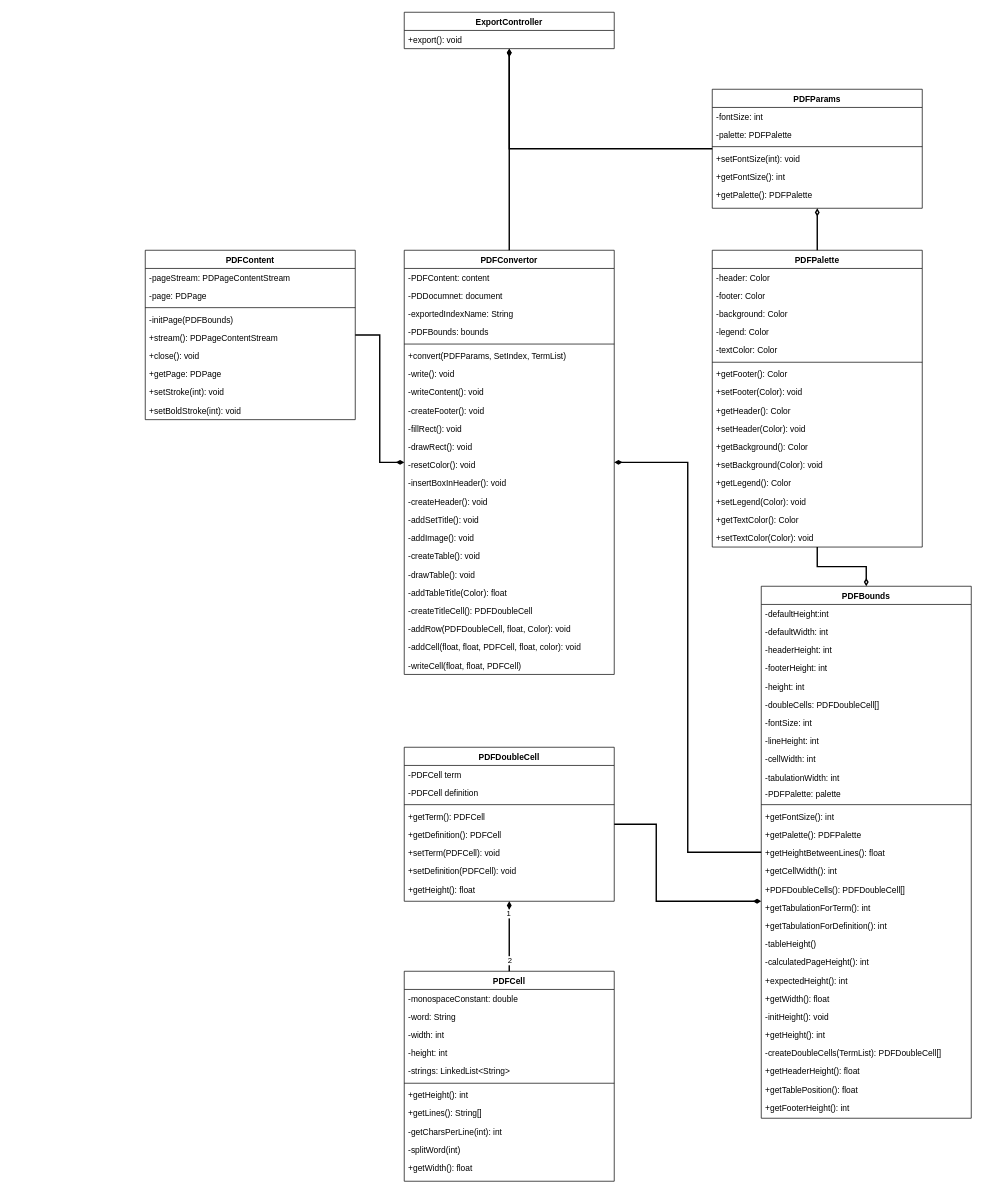
Before: page "PDFExport" (3 of 4) of Uml/ClassDiagram.drawio in MouseCreator/Labs2course-UML1a, a draw.io diagram. Source tidied: cells renumbered, new cells numbered last; positions are measured from the earlier drawing's top-left corner, leaving out a move shared by most shapes. Both pictures are drawn from the tidied source at 70%, with x=0, y=0 at pixel (145, 12).
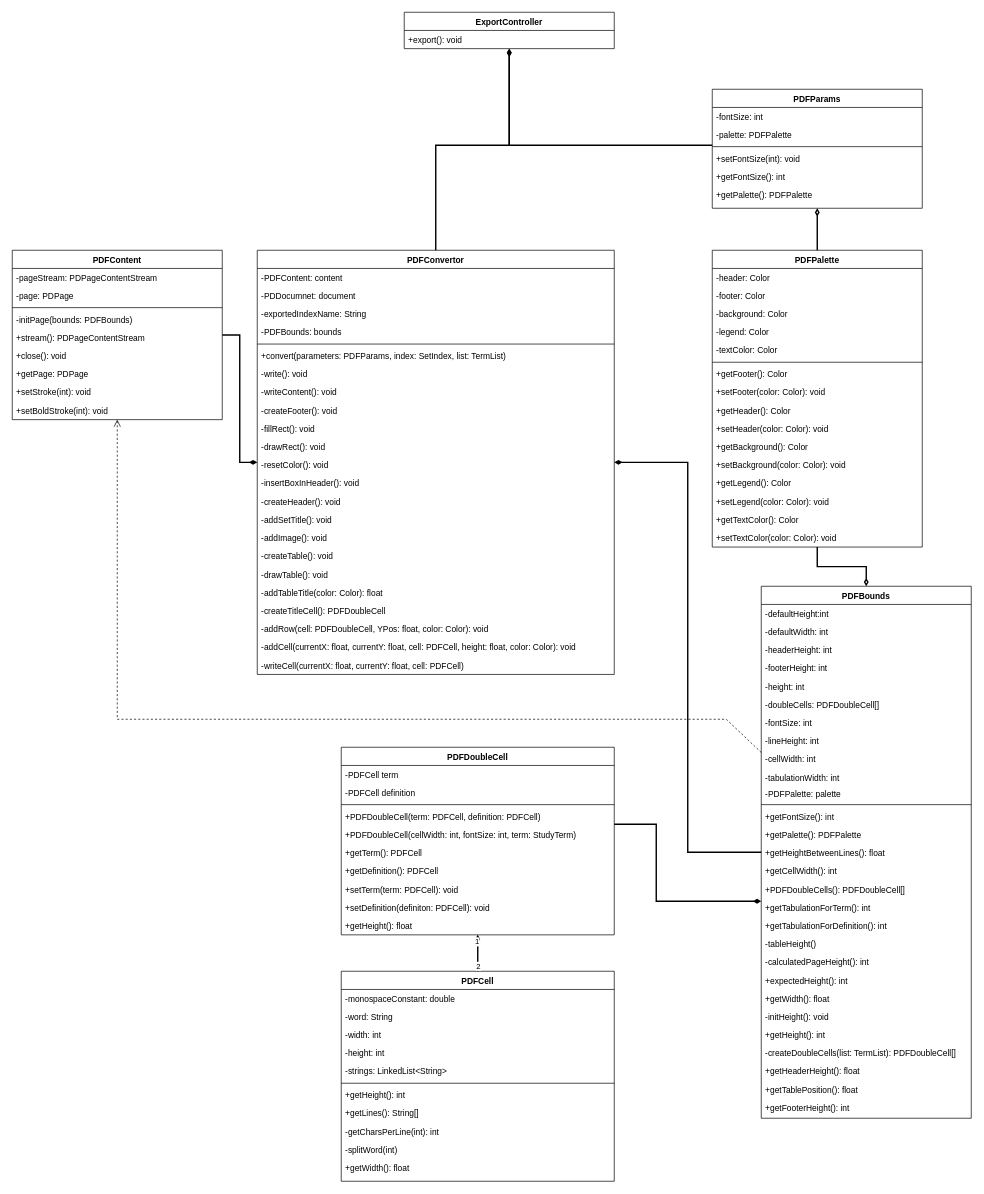
After the change.

Unchanged cells that the change refers to:
```xml
<mxCell id="26" value="ExportController" style="swimlane;fontStyle=1;align=center;verticalAlign=top;horizontal=1;startSize=26;rounded=0;shadow=0;strokeWidth=1;" parent="1" vertex="1">
  <mxGeometry x="370" width="300" height="52" as="geometry" />
</mxCell>
<mxCell id="63" value="PDFParams" style="swimlane;fontStyle=1;align=center;verticalAlign=top;horizontal=1;startSize=26;rounded=0;shadow=0;strokeWidth=1;" parent="1" vertex="1">
  <mxGeometry x="810" y="110" width="300" height="170" as="geometry" />
</mxCell>
<mxCell id="70" value="PDFPalette" style="swimlane;fontStyle=1;align=center;verticalAlign=top;horizontal=1;startSize=26;rounded=0;shadow=0;strokeWidth=1;" parent="1" vertex="1">
  <mxGeometry x="810" y="340" width="300" height="424" as="geometry" />
</mxCell>
<mxCell id="87" value="PDFBounds" style="swimlane;fontStyle=1;align=center;verticalAlign=top;horizontal=1;startSize=26;rounded=0;shadow=0;strokeWidth=1;" parent="1" vertex="1">
  <mxGeometry x="880" y="820" width="300" height="760" as="geometry" />
</mxCell>
```

What changed in the source:
```diff
@@
     <mxCell id="2" value="PDFConvertor" style="swimlane;fontStyle=1;align=center;verticalAlign=top;horizontal=1;startSize=26;rounded=0;shadow=0;strokeWidth=1;" parent="1" vertex="1">
-      <mxGeometry x="370" y="340" width="300" height="606" as="geometry" />
+      <mxGeometry x="160" y="340" width="510" height="606" as="geometry" />
     </mxCell>
     <mxCell id="3" value="-PDFContent: content" style="text;align=left;verticalAlign=top;spacingLeft=4;spacingRight=4;overflow=hidden;rounded=0;shadow=0;html=0;" parent="2" vertex="1">
-      <mxGeometry y="26" width="300" height="26" as="geometry" />
+      <mxGeometry y="26" width="510" height="26" as="geometry" />
     </mxCell>
     <mxCell id="4" value="-PDDocumnet: document" style="text;align=left;verticalAlign=top;spacingLeft=4;spacingRight=4;overflow=hidden;rounded=0;shadow=0;html=0;" parent="2" vertex="1">
-      <mxGeometry y="52" width="300" height="26" as="geometry" />
+      <mxGeometry y="52" width="510" height="26" as="geometry" />
     </mxCell>
     <mxCell id="5" value="-exportedIndexName: String" style="text;align=left;verticalAlign=top;spacingLeft=4;spacingRight=4;overflow=hidden;rounded=0;shadow=0;html=0;" parent="2" vertex="1">
-      <mxGeometry y="78" width="300" height="26" as="geometry" />
+      <mxGeometry y="78" width="510" height="26" as="geometry" />
     </mxCell>
     <mxCell id="6" value="-PDFBounds: bounds" style="text;align=left;verticalAlign=top;spacingLeft=4;spacingRight=4;overflow=hidden;rounded=0;shadow=0;html=0;" parent="2" vertex="1">
-      <mxGeometry y="104" width="300" height="26" as="geometry" />
+      <mxGeometry y="104" width="510" height="26" as="geometry" />
     </mxCell>
     <mxCell id="7" style="line;html=1;strokeWidth=1;align=left;verticalAlign=middle;spacingTop=-1;spacingLeft=3;spacingRight=3;labelPosition=right;" parent="2" vertex="1">
-      <mxGeometry y="130" width="300" height="8" as="geometry" />
+      <mxGeometry y="130" width="510" height="8" as="geometry" />
     </mxCell>
-    <mxCell id="8" value="+convert(PDFParams, SetIndex, TermList)" style="text;align=left;verticalAlign=top;spacingLeft=4;spacingRight=4;overflow=hidden;" parent="2" vertex="1">
-      <mxGeometry y="138" width="300" height="26" as="geometry" />
+    <mxCell id="8" value="+convert(parameters: PDFParams, index: SetIndex, list: TermList)" style="text;align=left;verticalAlign=top;spacingLeft=4;spacingRight=4;overflow=hidden;" parent="2" vertex="1">
+      <mxGeometry y="138" width="510" height="26" as="geometry" />
     </mxCell>
     <mxCell id="9" value="-write(): void" style="text;align=left;verticalAlign=top;spacingLeft=4;spacingRight=4;overflow=hidden;" parent="2" vertex="1">
-      <mxGeometry y="164" width="300" height="26" as="geometry" />
+      <mxGeometry y="164" width="510" height="26" as="geometry" />
     </mxCell>
     <mxCell id="10" value="-writeContent(): void" style="text;align=left;verticalAlign=top;spacingLeft=4;spacingRight=4;overflow=hidden;" parent="2" vertex="1">
-      <mxGeometry y="190" width="300" height="26" as="geometry" />
+      <mxGeometry y="190" width="510" height="26" as="geometry" />
     </mxCell>
     <mxCell id="11" value="-createFooter(): void" style="text;align=left;verticalAlign=top;spacingLeft=4;spacingRight=4;overflow=hidden;" parent="2" vertex="1">
-      <mxGeometry y="216" width="300" height="26" as="geometry" />
+      <mxGeometry y="216" width="510" height="26" as="geometry" />
     </mxCell>
     <mxCell id="12" value="-fillRect(): void" style="text;align=left;verticalAlign=top;spacingLeft=4;spacingRight=4;overflow=hidden;" parent="2" vertex="1">
-      <mxGeometry y="242" width="300" height="26" as="geometry" />
+      <mxGeometry y="242" width="510" height="26" as="geometry" />
     </mxCell>
     <mxCell id="13" value="-drawRect(): void" style="text;align=left;verticalAlign=top;spacingLeft=4;spacingRight=4;overflow=hidden;" parent="2" vertex="1">
-      <mxGeometry y="268" width="300" height="26" as="geometry" />
+      <mxGeometry y="268" width="510" height="26" as="geometry" />
     </mxCell>
     <mxCell id="14" value="-resetColor(): void" style="text;align=left;verticalAlign=top;spacingLeft=4;spacingRight=4;overflow=hidden;" parent="2" vertex="1">
-      <mxGeometry y="294" width="300" height="26" as="geometry" />
+      <mxGeometry y="294" width="510" height="26" as="geometry" />
     </mxCell>
     <mxCell id="15" value="-insertBoxInHeader(): void" style="text;align=left;verticalAlign=top;spacingLeft=4;spacingRight=4;overflow=hidden;" parent="2" vertex="1">
-      <mxGeometry y="320" width="300" height="26" as="geometry" />
+      <mxGeometry y="320" width="510" height="26" as="geometry" />
     </mxCell>
     <mxCell id="16" value="-createHeader(): void" style="text;align=left;verticalAlign=top;spacingLeft=4;spacingRight=4;overflow=hidden;" parent="2" vertex="1">
-      <mxGeometry y="346" width="300" height="26" as="geometry" />
+      <mxGeometry y="346" width="510" height="26" as="geometry" />
     </mxCell>
     <mxCell id="17" value="-addSetTitle(): void" style="text;align=left;verticalAlign=top;spacingLeft=4;spacingRight=4;overflow=hidden;" parent="2" vertex="1">
-      <mxGeometry y="372" width="300" height="26" as="geometry" />
+      <mxGeometry y="372" width="510" height="26" as="geometry" />
     </mxCell>
     <mxCell id="18" value="-addImage(): void" style="text;align=left;verticalAlign=top;spacingLeft=4;spacingRight=4;overflow=hidden;" parent="2" vertex="1">
-      <mxGeometry y="398" width="300" height="26" as="geometry" />
+      <mxGeometry y="398" width="510" height="26" as="geometry" />
     </mxCell>
     <mxCell id="19" value="-createTable(): void" style="text;align=left;verticalAlign=top;spacingLeft=4;spacingRight=4;overflow=hidden;" parent="2" vertex="1">
-      <mxGeometry y="424" width="300" height="26" as="geometry" />
+      <mxGeometry y="424" width="510" height="26" as="geometry" />
     </mxCell>
     <mxCell id="20" value="-drawTable(): void" style="text;align=left;verticalAlign=top;spacingLeft=4;spacingRight=4;overflow=hidden;" parent="2" vertex="1">
-      <mxGeometry y="450" width="300" height="26" as="geometry" />
+      <mxGeometry y="450" width="510" height="26" as="geometry" />
     </mxCell>
-    <mxCell id="21" value="-addTableTitle(Color): float" style="text;align=left;verticalAlign=top;spacingLeft=4;spacingRight=4;overflow=hidden;" parent="2" vertex="1">
-      <mxGeometry y="476" width="300" height="26" as="geometry" />
+    <mxCell id="21" value="-addTableTitle(color: Color): float" style="text;align=left;verticalAlign=top;spacingLeft=4;spacingRight=4;overflow=hidden;" parent="2" vertex="1">
+      <mxGeometry y="476" width="510" height="26" as="geometry" />
     </mxCell>
     <mxCell id="22" value="-createTitleCell(): PDFDoubleCell" style="text;align=left;verticalAlign=top;spacingLeft=4;spacingRight=4;overflow=hidden;" parent="2" vertex="1">
-      <mxGeometry y="502" width="300" height="26" as="geometry" />
+      <mxGeometry y="502" width="510" height="26" as="geometry" />
     </mxCell>
-    <mxCell id="23" value="-addRow(PDFDoubleCell, float, Color): void" style="text;align=left;verticalAlign=top;spacingLeft=4;spacingRight=4;overflow=hidden;" parent="2" vertex="1">
-      <mxGeometry y="528" width="300" height="26" as="geometry" />
+    <mxCell id="23" value="-addRow(cell: PDFDoubleCell, YPos: float, color: Color): void" style="text;align=left;verticalAlign=top;spacingLeft=4;spacingRight=4;overflow=hidden;" parent="2" vertex="1">
+      <mxGeometry y="528" width="510" height="26" as="geometry" />
     </mxCell>
-    <mxCell id="24" value="-addCell(float, float, PDFCell, float, color): void" style="text;align=left;verticalAlign=top;spacingLeft=4;spacingRight=4;overflow=hidden;" parent="2" vertex="1">
-      <mxGeometry y="554" width="300" height="26" as="geometry" />
+    <mxCell id="24" value="-addCell(currentX: float, currentY: float, cell: PDFCell, height: float, color: Color): void" style="text;align=left;verticalAlign=top;spacingLeft=4;spacingRight=4;overflow=hidden;" parent="2" vertex="1">
+      <mxGeometry y="554" width="510" height="26" as="geometry" />
     </mxCell>
-    <mxCell id="25" value="-writeCell(float, float, PDFCell)" style="text;align=left;verticalAlign=top;spacingLeft=4;spacingRight=4;overflow=hidden;" parent="2" vertex="1">
-      <mxGeometry y="580" width="300" height="26" as="geometry" />
+    <mxCell id="25" value="-writeCell(currentX: float, сurrentY: float, cell: PDFCell)" style="text;align=left;verticalAlign=top;spacingLeft=4;spacingRight=4;overflow=hidden;" parent="2" vertex="1">
+      <mxGeometry y="580" width="510" height="26" as="geometry" />
     </mxCell>
@@
     <mxCell id="28" value="PDFContent" style="swimlane;fontStyle=1;align=center;verticalAlign=top;horizontal=1;startSize=26;rounded=0;shadow=0;strokeWidth=1;" parent="1" vertex="1">
-      <mxGeometry y="340" width="300" height="242" as="geometry" />
+      <mxGeometry x="-190" y="340" width="300" height="242" as="geometry" />
     </mxCell>
@@
-    <mxCell id="32" value="-initPage(PDFBounds)" style="text;align=left;verticalAlign=top;spacingLeft=4;spacingRight=4;overflow=hidden;" parent="28" vertex="1">
+    <mxCell id="32" value="-initPage(bounds: PDFBounds)" style="text;align=left;verticalAlign=top;spacingLeft=4;spacingRight=4;overflow=hidden;" parent="28" vertex="1">
       <mxGeometry y="86" width="300" height="26" as="geometry" />
     </mxCell>
@@
     <mxCell id="38" value="PDFCell" style="swimlane;fontStyle=1;align=center;verticalAlign=top;horizontal=1;startSize=26;rounded=0;shadow=0;strokeWidth=1;" parent="1" vertex="1">
-      <mxGeometry x="370" y="1370" width="300" height="300" as="geometry" />
+      <mxGeometry x="280" y="1370" width="390" height="300" as="geometry" />
     </mxCell>
     <mxCell id="39" value="-monospaceConstant: double" style="text;align=left;verticalAlign=top;spacingLeft=4;spacingRight=4;overflow=hidden;rounded=0;shadow=0;html=0;" parent="38" vertex="1">
-      <mxGeometry y="26" width="300" height="26" as="geometry" />
+      <mxGeometry y="26" width="390" height="26" as="geometry" />
     </mxCell>
     <mxCell id="40" value="-word: String" style="text;align=left;verticalAlign=top;spacingLeft=4;spacingRight=4;overflow=hidden;rounded=0;shadow=0;html=0;" parent="38" vertex="1">
-      <mxGeometry y="52" width="300" height="26" as="geometry" />
+      <mxGeometry y="52" width="390" height="26" as="geometry" />
     </mxCell>
     <mxCell id="41" value="-width: int" style="text;align=left;verticalAlign=top;spacingLeft=4;spacingRight=4;overflow=hidden;rounded=0;shadow=0;html=0;" parent="38" vertex="1">
-      <mxGeometry y="78" width="300" height="26" as="geometry" />
+      <mxGeometry y="78" width="390" height="26" as="geometry" />
     </mxCell>
     <mxCell id="42" value="-height: int" style="text;align=left;verticalAlign=top;spacingLeft=4;spacingRight=4;overflow=hidden;rounded=0;shadow=0;html=0;" parent="38" vertex="1">
-      <mxGeometry y="104" width="300" height="26" as="geometry" />
+      <mxGeometry y="104" width="390" height="26" as="geometry" />
     </mxCell>
     <mxCell id="43" value="-strings: LinkedList&lt;String&gt;" style="text;align=left;verticalAlign=top;spacingLeft=4;spacingRight=4;overflow=hidden;rounded=0;shadow=0;html=0;" parent="38" vertex="1">
-      <mxGeometry y="130" width="300" height="26" as="geometry" />
+      <mxGeometry y="130" width="390" height="26" as="geometry" />
     </mxCell>
     <mxCell id="44" style="line;html=1;strokeWidth=1;align=left;verticalAlign=middle;spacingTop=-1;spacingLeft=3;spacingRight=3;labelPosition=right;" parent="38" vertex="1">
-      <mxGeometry y="156" width="300" height="8" as="geometry" />
+      <mxGeometry y="156" width="390" height="8" as="geometry" />
     </mxCell>
     <mxCell id="45" value="+getHeight(): int" style="text;align=left;verticalAlign=top;spacingLeft=4;spacingRight=4;overflow=hidden;" parent="38" vertex="1">
-      <mxGeometry y="164" width="300" height="26" as="geometry" />
+      <mxGeometry y="164" width="390" height="26" as="geometry" />
     </mxCell>
     <mxCell id="46" value="+getLines(): String[]" style="text;align=left;verticalAlign=top;spacingLeft=4;spacingRight=4;overflow=hidden;" parent="38" vertex="1">
-      <mxGeometry y="190" width="300" height="26" as="geometry" />
+      <mxGeometry y="190" width="390" height="26" as="geometry" />
     </mxCell>
     <mxCell id="47" value="-getCharsPerLine(int): int" style="text;align=left;verticalAlign=top;spacingLeft=4;spacingRight=4;overflow=hidden;" parent="38" vertex="1">
-      <mxGeometry y="216" width="300" height="26" as="geometry" />
+      <mxGeometry y="216" width="390" height="26" as="geometry" />
     </mxCell>
     <mxCell id="48" value="-splitWord(int)" style="text;align=left;verticalAlign=top;spacingLeft=4;spacingRight=4;overflow=hidden;" parent="38" vertex="1">
-      <mxGeometry y="242" width="300" height="26" as="geometry" />
+      <mxGeometry y="242" width="390" height="26" as="geometry" />
     </mxCell>
     <mxCell id="49" value="+getWidth(): float" style="text;align=left;verticalAlign=top;spacingLeft=4;spacingRight=4;overflow=hidden;" parent="38" vertex="1">
-      <mxGeometry y="268" width="300" height="26" as="geometry" />
+      <mxGeometry y="268" width="390" height="26" as="geometry" />
     </mxCell>
@@
     <mxCell id="53" value="PDFDoubleCell" style="swimlane;fontStyle=1;align=center;verticalAlign=top;horizontal=1;startSize=26;rounded=0;shadow=0;strokeWidth=1;" parent="1" vertex="1">
-      <mxGeometry x="370" y="1050" width="300" height="220" as="geometry" />
+      <mxGeometry x="280" y="1050" width="390" height="268" as="geometry" />
     </mxCell>
     <mxCell id="54" value="-PDFCell term" style="text;align=left;verticalAlign=top;spacingLeft=4;spacingRight=4;overflow=hidden;rounded=0;shadow=0;html=0;" parent="53" vertex="1">
-      <mxGeometry y="26" width="300" height="26" as="geometry" />
+      <mxGeometry y="26" width="390" height="26" as="geometry" />
     </mxCell>
     <mxCell id="55" value="-PDFCell definition" style="text;align=left;verticalAlign=top;spacingLeft=4;spacingRight=4;overflow=hidden;rounded=0;shadow=0;html=0;" parent="53" vertex="1">
-      <mxGeometry y="52" width="300" height="26" as="geometry" />
+      <mxGeometry y="52" width="390" height="26" as="geometry" />
     </mxCell>
     <mxCell id="56" style="line;html=1;strokeWidth=1;align=left;verticalAlign=middle;spacingTop=-1;spacingLeft=3;spacingRight=3;labelPosition=right;" parent="53" vertex="1">
-      <mxGeometry y="78" width="300" height="8" as="geometry" />
+      <mxGeometry y="78" width="390" height="8" as="geometry" />
     </mxCell>
-    <mxCell id="57" value="+getTerm(): PDFCell" style="text;align=left;verticalAlign=top;spacingLeft=4;spacingRight=4;overflow=hidden;" parent="53" vertex="1">
-      <mxGeometry y="86" width="300" height="26" as="geometry" />
+    <mxCell id="57" value="+PDFDoubleCell(term: PDFCell, definition: PDFCell)" style="text;align=left;verticalAlign=top;spacingLeft=4;spacingRight=4;overflow=hidden;" parent="53" vertex="1">
+      <mxGeometry y="86" width="390" height="26" as="geometry" />
     </mxCell>
+    <mxCell id="123" value="+PDFDoubleCell(cellWidth: int, fontSize: int, term: StudyTerm)" style="text;align=left;verticalAlign=top;spacingLeft=4;spacingRight=4;overflow=hidden;" parent="53" vertex="1">
+      <mxGeometry y="112" width="390" height="26" as="geometry" />
+    </mxCell>
+    <mxCell id="124" value="+getTerm(): PDFCell" style="text;align=left;verticalAlign=top;spacingLeft=4;spacingRight=4;overflow=hidden;" parent="53" vertex="1">
+      <mxGeometry y="138" width="390" height="26" as="geometry" />
+    </mxCell>
     <mxCell id="58" value="+getDefinition(): PDFCell" style="text;align=left;verticalAlign=top;spacingLeft=4;spacingRight=4;overflow=hidden;" parent="53" vertex="1">
-      <mxGeometry y="112" width="300" height="26" as="geometry" />
+      <mxGeometry y="164" width="390" height="26" as="geometry" />
     </mxCell>
-    <mxCell id="59" value="+setTerm(PDFCell): void" style="text;align=left;verticalAlign=top;spacingLeft=4;spacingRight=4;overflow=hidden;" parent="53" vertex="1">
-      <mxGeometry y="138" width="300" height="26" as="geometry" />
+    <mxCell id="59" value="+setTerm(term: PDFCell): void" style="text;align=left;verticalAlign=top;spacingLeft=4;spacingRight=4;overflow=hidden;" parent="53" vertex="1">
+      <mxGeometry y="190" width="390" height="26" as="geometry" />
     </mxCell>
-    <mxCell id="60" value="+setDefinition(PDFCell): void" style="text;align=left;verticalAlign=top;spacingLeft=4;spacingRight=4;overflow=hidden;" parent="53" vertex="1">
-      <mxGeometry y="164" width="300" height="26" as="geometry" />
+    <mxCell id="60" value="+setDefinition(definiton: PDFCell): void" style="text;align=left;verticalAlign=top;spacingLeft=4;spacingRight=4;overflow=hidden;" parent="53" vertex="1">
+      <mxGeometry y="216" width="390" height="26" as="geometry" />
     </mxCell>
     <mxCell id="61" value="+getHeight(): float" style="text;align=left;verticalAlign=top;spacingLeft=4;spacingRight=4;overflow=hidden;" parent="53" vertex="1">
-      <mxGeometry y="190" width="300" height="26" as="geometry" />
+      <mxGeometry y="242" width="390" height="26" as="geometry" />
     </mxCell>
     <mxCell id="62" style="edgeStyle=orthogonalEdgeStyle;rounded=0;jettySize=auto;html=1;strokeWidth=2;startArrow=none;startFill=0;endArrow=diamondThin;endFill=1;" parent="1" edge="1" source="63" target="26">
-      <mxGeometry relative="1" as="geometry" />
+      <mxGeometry relative="1" as="geometry">
+        <Array as="points">
+          <mxPoint x="520" y="190" />
+        </Array>
+      </mxGeometry>
     </mxCell>
@@
-    <mxCell id="78" value="+setFooter(Color): void" style="text;align=left;verticalAlign=top;spacingLeft=4;spacingRight=4;overflow=hidden;" parent="70" vertex="1">
+    <mxCell id="78" value="+setFooter(color: Color): void" style="text;align=left;verticalAlign=top;spacingLeft=4;spacingRight=4;overflow=hidden;" parent="70" vertex="1">
       <mxGeometry y="190" width="300" height="26" as="geometry" />
     </mxCell>
@@
-    <mxCell id="80" value="+setHeader(Color): void" style="text;align=left;verticalAlign=top;spacingLeft=4;spacingRight=4;overflow=hidden;" parent="70" vertex="1">
+    <mxCell id="80" value="+setHeader(color: Color): void" style="text;align=left;verticalAlign=top;spacingLeft=4;spacingRight=4;overflow=hidden;" parent="70" vertex="1">
       <mxGeometry y="242" width="300" height="26" as="geometry" />
     </mxCell>
@@
-    <mxCell id="82" value="+setBackground(Color): void" style="text;align=left;verticalAlign=top;spacingLeft=4;spacingRight=4;overflow=hidden;" parent="70" vertex="1">
+    <mxCell id="82" value="+setBackground(color: Color): void" style="text;align=left;verticalAlign=top;spacingLeft=4;spacingRight=4;overflow=hidden;" parent="70" vertex="1">
       <mxGeometry y="294" width="300" height="26" as="geometry" />
     </mxCell>
@@
-    <mxCell id="84" value="+setLegend(Color): void" style="text;align=left;verticalAlign=top;spacingLeft=4;spacingRight=4;overflow=hidden;" parent="70" vertex="1">
+    <mxCell id="84" value="+setLegend(color: Color): void" style="text;align=left;verticalAlign=top;spacingLeft=4;spacingRight=4;overflow=hidden;" parent="70" vertex="1">
       <mxGeometry y="346" width="300" height="26" as="geometry" />
     </mxCell>
@@
-    <mxCell id="86" value="+setTextColor(Color): void" style="text;align=left;verticalAlign=top;spacingLeft=4;spacingRight=4;overflow=hidden;" parent="70" vertex="1">
+    <mxCell id="86" value="+setTextColor(color: Color): void" style="text;align=left;verticalAlign=top;spacingLeft=4;spacingRight=4;overflow=hidden;" parent="70" vertex="1">
       <mxGeometry y="398" width="300" height="26" as="geometry" />
     </mxCell>
@@
-    <mxCell id="113" value="-createDoubleCells(TermList): PDFDoubleCell[]" style="text;align=left;verticalAlign=top;spacingLeft=4;spacingRight=4;overflow=hidden;" parent="87" vertex="1">
+    <mxCell id="113" value="-createDoubleCells(list: TermList): PDFDoubleCell[]" style="text;align=left;verticalAlign=top;spacingLeft=4;spacingRight=4;overflow=hidden;" parent="87" vertex="1">
       <mxGeometry y="654" width="300" height="26" as="geometry" />
     </mxCell>
@@
     <mxCell id="121" style="edgeStyle=orthogonalEdgeStyle;rounded=0;jettySize=auto;html=1;strokeWidth=2;startArrow=none;startFill=0;endArrow=diamondThin;endFill=1;" parent="1" edge="1" source="2" target="26">
-      <mxGeometry relative="1" as="geometry" />
+      <mxGeometry relative="1" as="geometry">
+        <Array as="points">
+          <mxPoint x="415" y="190" />
+          <mxPoint x="520" y="190" />
+        </Array>
+      </mxGeometry>
     </mxCell>
@@
+    <mxCell id="125" style="endArrow=open;startArrow=none;endFill=0;startFill=0;endSize=8;html=1;verticalAlign=bottom;dashed=1;labelBackgroundColor=none;rounded=0;" parent="1" edge="1" source="87" target="28">
+      <mxGeometry relative="1" as="geometry">
+        <Array as="points">
+          <mxPoint x="830" y="1010" />
+          <mxPoint x="-40" y="1010" />
+        </Array>
+      </mxGeometry>
+    </mxCell>
```
